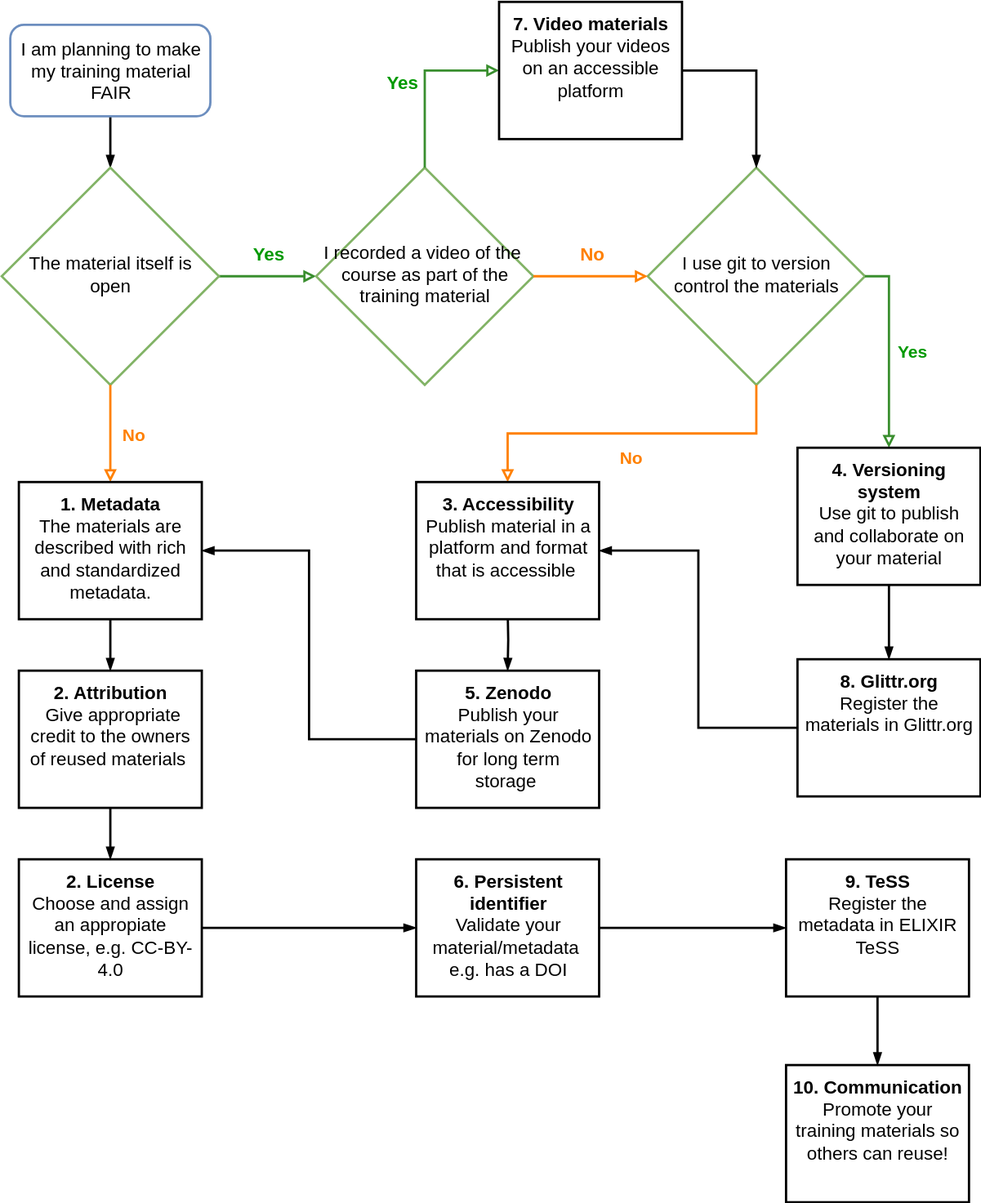
Before: FAIR_training_flowchart.drawio.svg, a diagram exported from draw.io (sib-swiss/FAIR-training-flowchart). Source tidied: cells renumbered, new cells last; positions are measured from the earlier drawing's top-left corner, leaving out a move shared by most shapes.
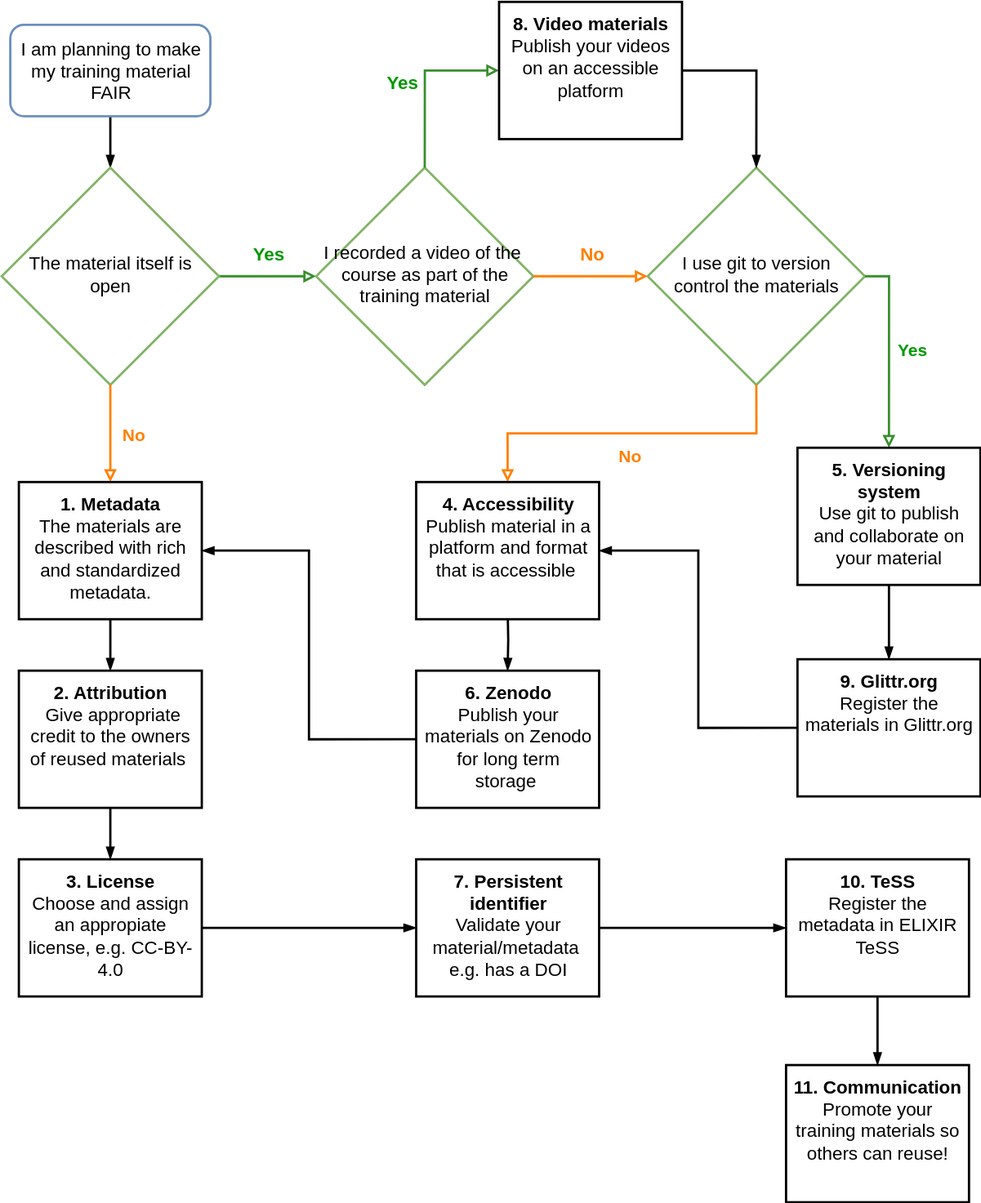
Later version of the same file.

What changed in the source:
```diff
@@ -66,25 +66,25 @@
     <mxCell id="20" value="&lt;div&gt;&lt;font style=&quot;font-size: 16px;&quot;&gt;&lt;span style=&quot;font-weight: 700;&quot;&gt;1. Metadata&lt;/span&gt;&lt;/font&gt;&lt;p style=&quot;margin-top: 0pt; margin-bottom: 0pt; margin-left: 0in; direction: ltr; unicode-bidi: embed; word-break: normal;&quot;&gt;&lt;font style=&quot;font-size: 16px;&quot;&gt;The materials are described with rich and standardized metadata. &lt;font&gt;&lt;font&gt;&lt;span&gt;&lt;br&gt;&lt;/span&gt;&lt;/font&gt;&lt;/font&gt;&lt;/font&gt;&lt;/p&gt;&lt;/div&gt;" style="rounded=0;whiteSpace=wrap;html=1;spacing=5;verticalAlign=top;strokeWidth=2;" parent="1" vertex="1">
       <mxGeometry x="15" y="420" width="160" height="120" as="geometry" />
     </mxCell>
-    <mxCell id="21" value="&lt;div&gt;&lt;font&gt;&lt;span style=&quot;font-weight: 700;&quot;&gt;7. Video materials&lt;/span&gt;&lt;/font&gt;&lt;p style=&quot;margin-top: 0pt; margin-bottom: 0pt; margin-left: 0in; direction: ltr; unicode-bidi: embed; word-break: normal;&quot;&gt;&lt;font&gt;&lt;span&gt;Publish your videos on an accessible platform&lt;/span&gt;&lt;/font&gt;&lt;/p&gt;&lt;/div&gt;" style="rounded=0;whiteSpace=wrap;html=1;spacing=5;verticalAlign=top;strokeWidth=2;fontSize=16;" parent="1" vertex="1">
+    <mxCell id="21" value="&lt;div&gt;&lt;font&gt;&lt;span style=&quot;font-weight: 700;&quot;&gt;8. Video materials&lt;/span&gt;&lt;/font&gt;&lt;p style=&quot;margin-top: 0pt; margin-bottom: 0pt; margin-left: 0in; direction: ltr; unicode-bidi: embed; word-break: normal;&quot;&gt;&lt;font&gt;&lt;span&gt;Publish your videos on an accessible platform&lt;/span&gt;&lt;/font&gt;&lt;/p&gt;&lt;/div&gt;" style="rounded=0;whiteSpace=wrap;html=1;spacing=5;verticalAlign=top;strokeWidth=2;fontSize=16;" parent="1" vertex="1">
       <mxGeometry x="435" width="160" height="120" as="geometry" />
     </mxCell>
-    <mxCell id="22" value="&lt;div&gt;&lt;font style=&quot;font-size: 16px;&quot;&gt;&lt;span style=&quot;font-weight: 700;&quot;&gt;4. Versioning system&lt;/span&gt;&lt;/font&gt;&lt;p style=&quot;margin-top: 0pt; margin-bottom: 0pt; margin-left: 0in; direction: ltr; unicode-bidi: embed; word-break: normal;&quot;&gt;&lt;font size=&quot;3&quot;&gt;&lt;span&gt;Use git to publish and collaborate on your material&lt;/span&gt;&lt;/font&gt;&lt;/p&gt;&lt;/div&gt;" style="rounded=0;whiteSpace=wrap;html=1;spacing=5;verticalAlign=top;strokeWidth=2;" parent="1" vertex="1">
+    <mxCell id="22" value="&lt;div&gt;&lt;font style=&quot;font-size: 16px;&quot;&gt;&lt;span style=&quot;font-weight: 700;&quot;&gt;5. Versioning system&lt;/span&gt;&lt;/font&gt;&lt;p style=&quot;margin-top: 0pt; margin-bottom: 0pt; margin-left: 0in; direction: ltr; unicode-bidi: embed; word-break: normal;&quot;&gt;&lt;font size=&quot;3&quot;&gt;&lt;span&gt;Use git to publish and collaborate on your material&lt;/span&gt;&lt;/font&gt;&lt;/p&gt;&lt;/div&gt;" style="rounded=0;whiteSpace=wrap;html=1;spacing=5;verticalAlign=top;strokeWidth=2;" parent="1" vertex="1">
       <mxGeometry x="696" y="390" width="160" height="120" as="geometry" />
     </mxCell>
-    <mxCell id="23" value="&lt;div&gt;&lt;font style=&quot;font-size: 16px;&quot;&gt;&lt;span style=&quot;font-weight: 700;&quot;&gt;8. Glittr.org&lt;/span&gt;&lt;/font&gt;&lt;p style=&quot;margin-top: 0pt; margin-bottom: 0pt; margin-left: 0in; direction: ltr; unicode-bidi: embed; word-break: normal;&quot;&gt;&lt;font size=&quot;3&quot;&gt;&lt;span&gt;Register the materials in Glittr.org&lt;/span&gt;&lt;/font&gt;&lt;/p&gt;&lt;/div&gt;" style="rounded=0;whiteSpace=wrap;html=1;spacing=5;verticalAlign=top;strokeWidth=2;" parent="1" vertex="1">
+    <mxCell id="23" value="&lt;div&gt;&lt;font style=&quot;font-size: 16px;&quot;&gt;&lt;span style=&quot;font-weight: 700;&quot;&gt;9. Glittr.org&lt;/span&gt;&lt;/font&gt;&lt;p style=&quot;margin-top: 0pt; margin-bottom: 0pt; margin-left: 0in; direction: ltr; unicode-bidi: embed; word-break: normal;&quot;&gt;&lt;font size=&quot;3&quot;&gt;&lt;span&gt;Register the materials in Glittr.org&lt;/span&gt;&lt;/font&gt;&lt;/p&gt;&lt;/div&gt;" style="rounded=0;whiteSpace=wrap;html=1;spacing=5;verticalAlign=top;strokeWidth=2;" parent="1" vertex="1">
       <mxGeometry x="696" y="575" width="160" height="120" as="geometry" />
     </mxCell>
-    <mxCell id="24" value="&lt;div&gt;&lt;font style=&quot;font-size: 16px;&quot;&gt;&lt;span style=&quot;font-weight: 700;&quot;&gt;9. TeSS&lt;/span&gt;&lt;/font&gt;&lt;p style=&quot;margin-top: 0pt; margin-bottom: 0pt; margin-left: 0in; direction: ltr; unicode-bidi: embed; word-break: normal;&quot;&gt;&lt;font size=&quot;3&quot;&gt;Register the metadata in ELIXIR TeSS&lt;/font&gt;&lt;/p&gt;&lt;/div&gt;" style="rounded=0;whiteSpace=wrap;html=1;spacing=5;verticalAlign=top;strokeWidth=2;" parent="1" vertex="1">
+    <mxCell id="24" value="&lt;div&gt;&lt;font style=&quot;font-size: 16px;&quot;&gt;&lt;span style=&quot;font-weight: 700;&quot;&gt;10. TeSS&lt;/span&gt;&lt;/font&gt;&lt;p style=&quot;margin-top: 0pt; margin-bottom: 0pt; margin-left: 0in; direction: ltr; unicode-bidi: embed; word-break: normal;&quot;&gt;&lt;font size=&quot;3&quot;&gt;Register the metadata in ELIXIR TeSS&lt;/font&gt;&lt;/p&gt;&lt;/div&gt;" style="rounded=0;whiteSpace=wrap;html=1;spacing=5;verticalAlign=top;strokeWidth=2;" parent="1" vertex="1">
       <mxGeometry x="686" y="750" width="160" height="120" as="geometry" />
     </mxCell>
     <mxCell id="25" style="edgeStyle=orthogonalEdgeStyle;rounded=0;jettySize=auto;html=1;strokeWidth=2;exitX=0;exitY=0.5;exitDx=0;exitDy=0;fontSize=15;curved=0;endArrow=blockThin;endFill=1;entryX=1;entryY=0.5;entryDx=0;entryDy=0;" parent="1" edge="1" source="23" target="26">
       <mxGeometry relative="1" as="geometry" />
     </mxCell>
-    <mxCell id="26" value="&lt;div&gt;&lt;font style=&quot;font-size: 16px;&quot;&gt;&lt;span style=&quot;font-weight: 700;&quot;&gt;3. Accessibility&lt;/span&gt;&lt;/font&gt;&lt;p style=&quot;margin-top: 0pt; margin-bottom: 0pt; margin-left: 0in; direction: ltr; unicode-bidi: embed; word-break: normal;&quot;&gt;&lt;font size=&quot;3&quot;&gt;&lt;span&gt;Publish material in a platform and format that is accessible&amp;nbsp;&lt;/span&gt;&lt;/font&gt;&lt;/p&gt;&lt;/div&gt;" style="rounded=0;whiteSpace=wrap;html=1;spacing=5;verticalAlign=top;strokeWidth=2;" parent="1" vertex="1">
+    <mxCell id="26" value="&lt;div&gt;&lt;font style=&quot;font-size: 16px;&quot;&gt;&lt;span style=&quot;font-weight: 700;&quot;&gt;4. Accessibility&lt;/span&gt;&lt;/font&gt;&lt;p style=&quot;margin-top: 0pt; margin-bottom: 0pt; margin-left: 0in; direction: ltr; unicode-bidi: embed; word-break: normal;&quot;&gt;&lt;font size=&quot;3&quot;&gt;&lt;span&gt;Publish material in a platform and format that is accessible&amp;nbsp;&lt;/span&gt;&lt;/font&gt;&lt;/p&gt;&lt;/div&gt;" style="rounded=0;whiteSpace=wrap;html=1;spacing=5;verticalAlign=top;strokeWidth=2;" parent="1" vertex="1">
       <mxGeometry x="362.5" y="420" width="160" height="120" as="geometry" />
     </mxCell>
-    <mxCell id="27" value="&lt;div&gt;&lt;font style=&quot;font-size: 16px;&quot;&gt;&lt;span style=&quot;font-weight: 700;&quot;&gt;5. Zenodo&lt;/span&gt;&lt;/font&gt;&lt;p style=&quot;margin-top: 0pt; margin-bottom: 0pt; margin-left: 0in; direction: ltr; unicode-bidi: embed; word-break: normal;&quot;&gt;&lt;font size=&quot;3&quot;&gt;&lt;span&gt;Publish your materials on Zenodo for long term storage&amp;nbsp;&lt;/span&gt;&lt;/font&gt;&lt;/p&gt;&lt;/div&gt;" style="rounded=0;whiteSpace=wrap;html=1;spacing=5;verticalAlign=top;strokeWidth=2;" parent="1" vertex="1">
+    <mxCell id="27" value="&lt;div&gt;&lt;font style=&quot;font-size: 16px;&quot;&gt;&lt;span style=&quot;font-weight: 700;&quot;&gt;6. Zenodo&lt;/span&gt;&lt;/font&gt;&lt;p style=&quot;margin-top: 0pt; margin-bottom: 0pt; margin-left: 0in; direction: ltr; unicode-bidi: embed; word-break: normal;&quot;&gt;&lt;font size=&quot;3&quot;&gt;&lt;span&gt;Publish your materials on Zenodo for long term storage&amp;nbsp;&lt;/span&gt;&lt;/font&gt;&lt;/p&gt;&lt;/div&gt;" style="rounded=0;whiteSpace=wrap;html=1;spacing=5;verticalAlign=top;strokeWidth=2;" parent="1" vertex="1">
       <mxGeometry x="362.5" y="585" width="160" height="120" as="geometry" />
     </mxCell>
     <mxCell id="28" value="&lt;div&gt;&lt;font style=&quot;font-size: 16px;&quot;&gt;&lt;span style=&quot;font-weight: 700;&quot;&gt;2. Attribution&lt;/span&gt;&lt;/font&gt;&lt;p style=&quot;margin-top: 0pt; margin-bottom: 0pt; margin-left: 0in; direction: ltr; unicode-bidi: embed; word-break: normal;&quot;&gt;&lt;font size=&quot;3&quot;&gt;&lt;span&gt;&amp;nbsp;Give appropriate credit to the owners of reused materials&amp;nbsp;&lt;/span&gt;&lt;/font&gt;&lt;/p&gt;&lt;/div&gt;" style="rounded=0;whiteSpace=wrap;html=1;spacing=5;verticalAlign=top;strokeWidth=2;" parent="1" vertex="1">
@@ -93,13 +93,13 @@
     <mxCell id="29" style="edgeStyle=orthogonalEdgeStyle;rounded=0;jettySize=auto;html=1;strokeWidth=2;fontSize=15;curved=0;endArrow=blockThin;endFill=1;exitX=0.5;exitY=1;exitDx=0;exitDy=0;entryX=0.5;entryY=0;entryDx=0;entryDy=0;" parent="1" edge="1" source="28" target="30">
       <mxGeometry relative="1" as="geometry" />
     </mxCell>
-    <mxCell id="30" value="&lt;div&gt;&lt;font style=&quot;font-size: 16px;&quot;&gt;&lt;span style=&quot;font-weight: 700;&quot;&gt;2. License&lt;/span&gt;&lt;/font&gt;&lt;p style=&quot;margin-top: 0pt; margin-bottom: 0pt; margin-left: 0in; direction: ltr; unicode-bidi: embed; word-break: normal;&quot;&gt;&lt;font size=&quot;3&quot;&gt;Choose and assign an appropiate license, e.g. CC-BY-4.0&lt;/font&gt;&lt;/p&gt;&lt;/div&gt;" style="rounded=0;whiteSpace=wrap;html=1;spacing=5;verticalAlign=top;strokeWidth=2;" parent="1" vertex="1">
+    <mxCell id="30" value="&lt;div&gt;&lt;font style=&quot;font-size: 16px;&quot;&gt;&lt;span style=&quot;font-weight: 700;&quot;&gt;3. License&lt;/span&gt;&lt;/font&gt;&lt;p style=&quot;margin-top: 0pt; margin-bottom: 0pt; margin-left: 0in; direction: ltr; unicode-bidi: embed; word-break: normal;&quot;&gt;&lt;font size=&quot;3&quot;&gt;Choose and assign an appropiate license, e.g. CC-BY-4.0&lt;/font&gt;&lt;/p&gt;&lt;/div&gt;" style="rounded=0;whiteSpace=wrap;html=1;spacing=5;verticalAlign=top;strokeWidth=2;" parent="1" vertex="1">
       <mxGeometry x="15" y="750" width="160" height="120" as="geometry" />
     </mxCell>
-    <mxCell id="31" value="&lt;div&gt;&lt;font style=&quot;font-size: 16px;&quot;&gt;&lt;span style=&quot;font-weight: 700;&quot;&gt;6. Persistent identifier&lt;/span&gt;&lt;/font&gt;&lt;p style=&quot;margin-top: 0pt; margin-bottom: 0pt; margin-left: 0in; direction: ltr; unicode-bidi: embed; word-break: normal;&quot;&gt;&lt;font size=&quot;3&quot;&gt;Validate your material/metadata&amp;nbsp; e.g. has a DOI&lt;/font&gt;&lt;/p&gt;&lt;/div&gt;" style="rounded=0;whiteSpace=wrap;html=1;spacing=5;verticalAlign=top;strokeWidth=2;" parent="1" vertex="1">
+    <mxCell id="31" value="&lt;div&gt;&lt;font style=&quot;font-size: 16px;&quot;&gt;&lt;span style=&quot;font-weight: 700;&quot;&gt;7. Persistent identifier&lt;/span&gt;&lt;/font&gt;&lt;p style=&quot;margin-top: 0pt; margin-bottom: 0pt; margin-left: 0in; direction: ltr; unicode-bidi: embed; word-break: normal;&quot;&gt;&lt;font size=&quot;3&quot;&gt;Validate your material/metadata&amp;nbsp; e.g. has a DOI&lt;/font&gt;&lt;/p&gt;&lt;/div&gt;" style="rounded=0;whiteSpace=wrap;html=1;spacing=5;verticalAlign=top;strokeWidth=2;" parent="1" vertex="1">
       <mxGeometry x="362.5" y="750" width="160" height="120" as="geometry" />
     </mxCell>
-    <mxCell id="32" value="&lt;div&gt;&lt;font style=&quot;font-size: 16px;&quot;&gt;&lt;span style=&quot;font-weight: 700;&quot;&gt;10. Communication&lt;/span&gt;&lt;/font&gt;&lt;p style=&quot;margin-top: 0pt; margin-bottom: 0pt; margin-left: 0in; direction: ltr; unicode-bidi: embed; word-break: normal;&quot;&gt;&lt;font size=&quot;3&quot;&gt;Promote your training materials so others can reuse!&lt;/font&gt;&lt;/p&gt;&lt;/div&gt;" style="rounded=0;whiteSpace=wrap;html=1;spacing=5;verticalAlign=top;strokeWidth=2;" parent="1" vertex="1">
+    <mxCell id="32" value="&lt;div&gt;&lt;font style=&quot;font-size: 16px;&quot;&gt;&lt;span style=&quot;font-weight: 700;&quot;&gt;11. Communication&lt;/span&gt;&lt;/font&gt;&lt;p style=&quot;margin-top: 0pt; margin-bottom: 0pt; margin-left: 0in; direction: ltr; unicode-bidi: embed; word-break: normal;&quot;&gt;&lt;font size=&quot;3&quot;&gt;Promote your training materials so others can reuse!&lt;/font&gt;&lt;/p&gt;&lt;/div&gt;" style="rounded=0;whiteSpace=wrap;html=1;spacing=5;verticalAlign=top;strokeWidth=2;" parent="1" vertex="1">
       <mxGeometry x="686" y="930" width="160" height="120" as="geometry" />
     </mxCell>
     <mxCell id="33" style="edgeStyle=orthogonalEdgeStyle;rounded=0;jettySize=auto;html=1;strokeWidth=2;fontSize=15;curved=0;endArrow=blockThin;endFill=1;entryX=0.5;entryY=0;entryDx=0;entryDy=0;exitX=0.5;exitY=1;exitDx=0;exitDy=0;" parent="1" edge="1" source="24" target="32">
```
